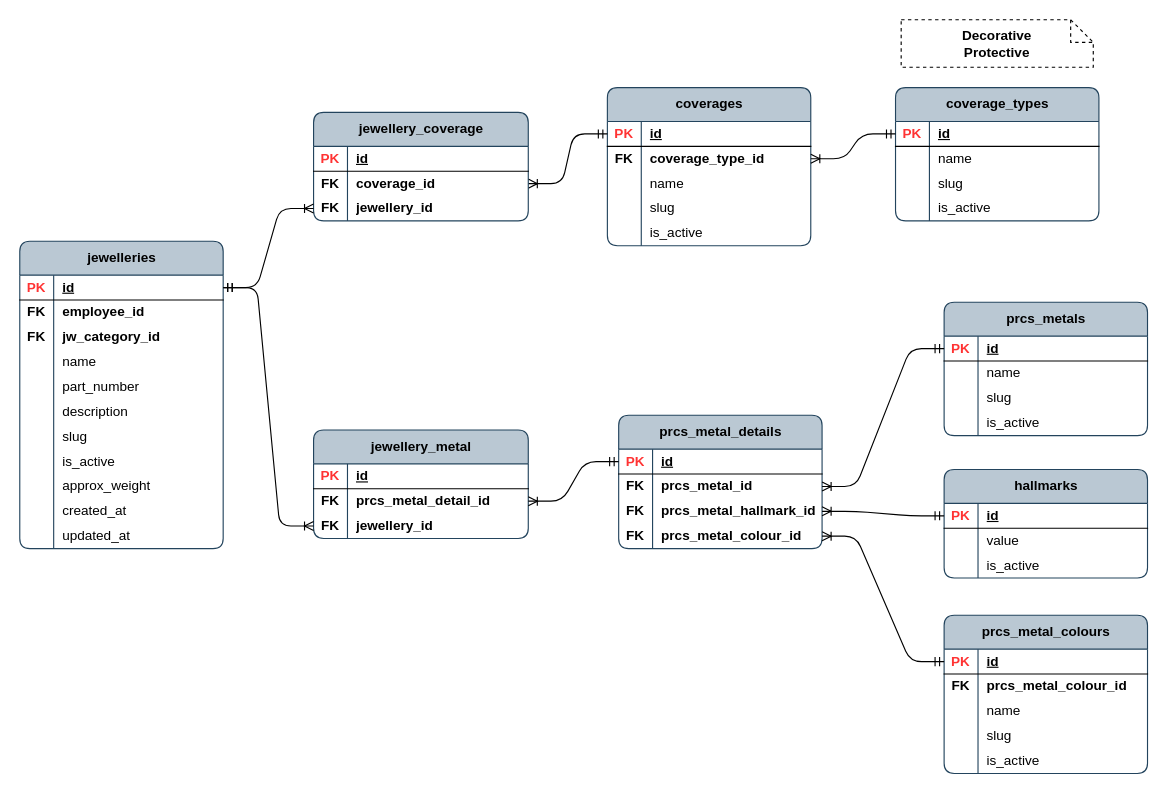
This is page "psql_metals" (4 of 14) of publisher/laravel-app/psql_jewellery_items.drawio from Local-development-environment/msg-brokers-publisher-consumer, a draw.io file, before an edit. Source tidied: cells renumbered, new cells numbered last; positions are measured from the earlier drawing's top-left corner, leaving out a move shared by most shapes. Both pictures are drawn from the tidied source at 113%, with x=0, y=0 at pixel (19, 19).
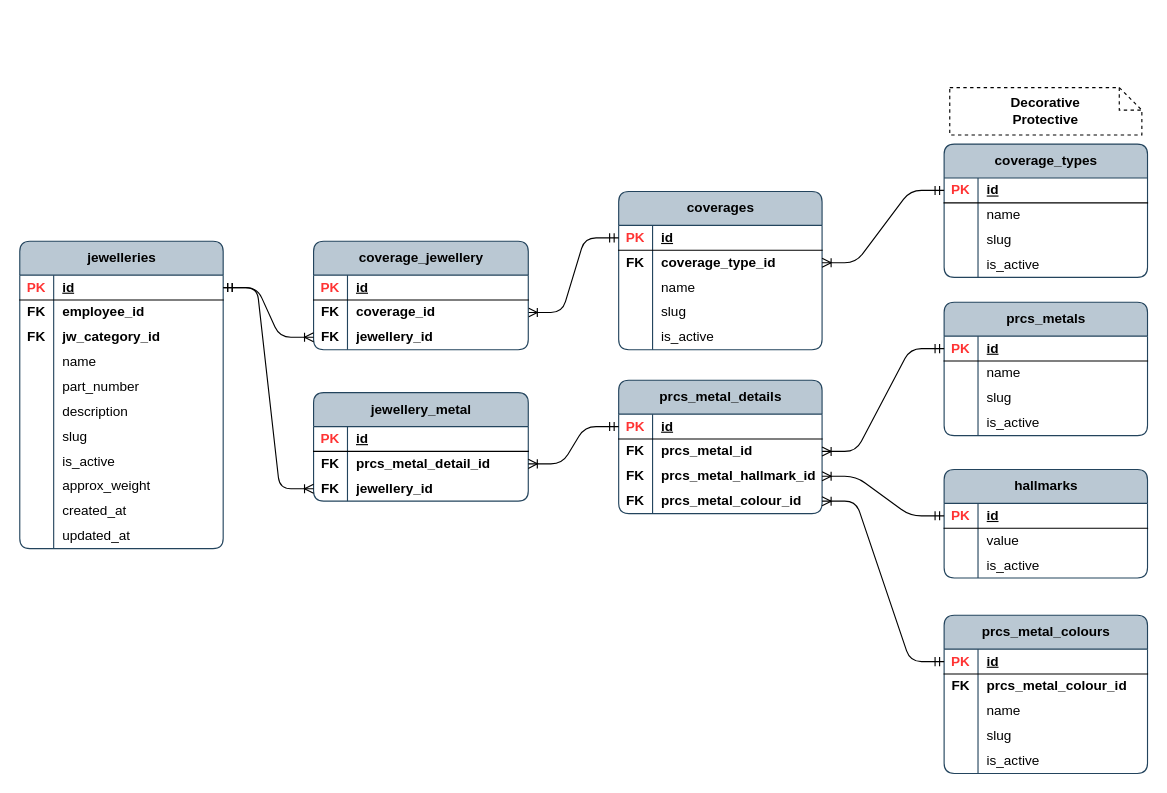
Above is the later version.

Commit message (it also covers changes not shown here):
coverage schema was corrected

Change to the diagram source:
```diff
@@
     <mxCell id="2" value="coverages" style="shape=table;startSize=30;childLayout=tableLayout;rowLines=0;fontStyle=1;align=center;html=1;rounded=1;swimlaneFillColor=none;fillColor=#bac8d3;strokeColor=#23445d;columnLines=1;arcSize=10;noLabel=0;" parent="1" vertex="1">
-      <mxGeometry x="520" y="60" width="180" height="140" as="geometry" />
+      <mxGeometry x="530" y="152" width="180" height="140" as="geometry" />
     </mxCell>
@@
-    <mxCell id="19" value="jewellery_coverage" style="shape=table;startSize=30;childLayout=tableLayout;rowLines=0;fontStyle=1;align=center;html=1;rounded=1;swimlaneFillColor=none;fillColor=#bac8d3;strokeColor=#23445d;columnLines=1;arcSize=10;" parent="1" vertex="1">
-      <mxGeometry x="260" y="82" width="190" height="96" as="geometry" />
+    <mxCell id="19" value="coverage_jewellery" style="shape=table;startSize=30;childLayout=tableLayout;rowLines=0;fontStyle=1;align=center;html=1;rounded=1;swimlaneFillColor=none;fillColor=#bac8d3;strokeColor=#23445d;columnLines=1;arcSize=10;" parent="1" vertex="1">
+      <mxGeometry x="260" y="196" width="190" height="96" as="geometry" />
     </mxCell>
@@
     <mxCell id="64" value="jewellery_metal" style="shape=table;startSize=30;childLayout=tableLayout;rowLines=0;fontStyle=1;align=center;html=1;rounded=1;swimlaneFillColor=none;fillColor=#bac8d3;strokeColor=#23445d;columnLines=1;arcSize=10;" parent="1" vertex="1">
-      <mxGeometry x="260" y="363" width="190" height="96" as="geometry" />
+      <mxGeometry x="260" y="330" width="190" height="96" as="geometry" />
     </mxCell>
@@
     <mxCell id="75" value="coverage_types" style="shape=table;startSize=30;childLayout=tableLayout;rowLines=0;fontStyle=1;align=center;html=1;rounded=1;swimlaneFillColor=none;fillColor=#bac8d3;strokeColor=#23445d;columnLines=1;arcSize=10;noLabel=0;" parent="1" vertex="1">
-      <mxGeometry x="775" y="60" width="180" height="118" as="geometry" />
+      <mxGeometry x="818" y="110" width="180" height="118" as="geometry" />
     </mxCell>
@@
     <mxCell id="89" value="&lt;b&gt;Decorative&lt;br&gt;Protective&lt;/b&gt;" style="shape=note;size=20;whiteSpace=wrap;html=1;dashed=1;" parent="1" vertex="1">
-      <mxGeometry x="780" width="170" height="42" as="geometry" />
+      <mxGeometry x="823" y="60" width="170" height="42" as="geometry" />
     </mxCell>
@@
     <mxCell id="103" value="prcs_metal_details" style="shape=table;startSize=30;childLayout=tableLayout;rowLines=0;fontStyle=1;align=center;html=1;rounded=1;swimlaneFillColor=none;fillColor=#bac8d3;strokeColor=#23445d;columnLines=1;arcSize=10;fixDash=0;enumerate=0;comic=0;" parent="1" vertex="1">
-      <mxGeometry x="530" y="350" width="180" height="118" as="geometry" />
+      <mxGeometry x="530" y="319" width="180" height="118" as="geometry" />
     </mxCell>
```
